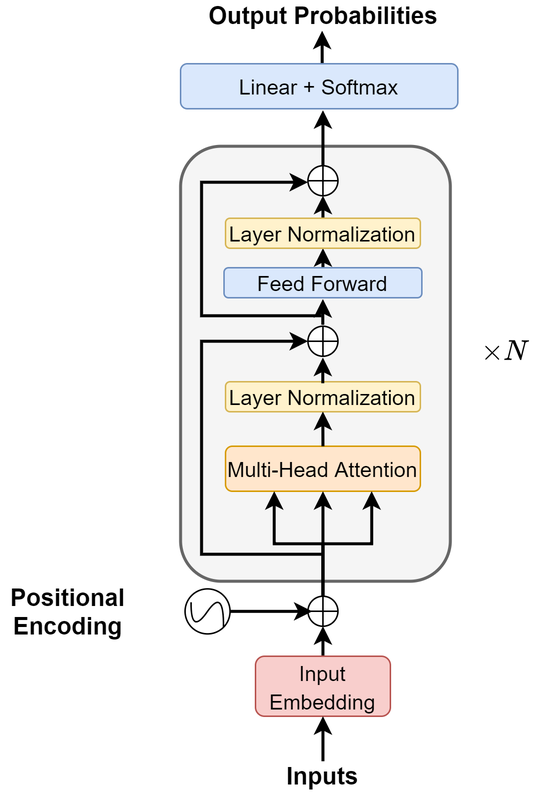
Above: _images/transformer_encoder.png in yangyutu/llm_book.github.io (draw.io), before the change. Source tidied: cells renumbered, new cells last; positions are measured from the earlier drawing's top-left corner, leaving out a move shared by most shapes.
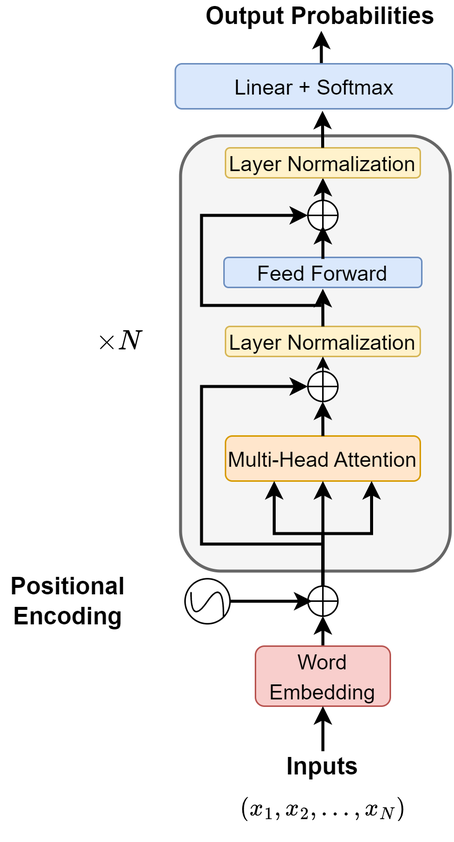
After the commit.

What changed in the source:
```diff
@@ -2,159 +2,148 @@
   <root>
     <mxCell id="0" />
     <mxCell id="1" parent="0" />
-    <mxCell id="2" style="rounded=1;whiteSpace=wrap;html=1;fillColor=#f5f5f5;strokeColor=#666666;fontColor=#333333;strokeWidth=2;fontSize=16;" parent="1" vertex="1">
-      <mxGeometry x="120" y="97" width="180" height="290" as="geometry" />
-    </mxCell>
-    <mxCell id="3" style="edgeStyle=none;html=1;entryX=0.5;entryY=1;entryDx=0;entryDy=0;fontSize=14;strokeWidth=2;" parent="1" edge="1" source="4" target="29">
-      <mxGeometry relative="1" as="geometry" />
-    </mxCell>
-    <mxCell id="4" value="&lt;font style=&quot;font-size: 14px&quot;&gt;Feed Forward&lt;/font&gt;" style="rounded=1;whiteSpace=wrap;html=1;fillColor=#dae8fc;strokeColor=#6c8ebf;fontSize=16;" parent="1" vertex="1">
-      <mxGeometry x="149" y="178" width="132" height="20" as="geometry" />
-    </mxCell>
-    <mxCell id="5" style="edgeStyle=none;html=1;entryX=0.5;entryY=1;entryDx=0;entryDy=0;fontSize=14;" parent="1" edge="1">
-      <mxGeometry relative="1" as="geometry">
-        <mxPoint x="215" y="255" as="sourcePoint" />
-        <mxPoint x="215" y="238" as="targetPoint" />
-      </mxGeometry>
-    </mxCell>
-    <mxCell id="6" value="&lt;font style=&quot;font-size: 14px&quot;&gt;Layer Normalization&lt;/font&gt;" style="rounded=1;whiteSpace=wrap;html=1;fillColor=#fff2cc;strokeColor=#d6b656;fontSize=16;" parent="1" vertex="1">
-      <mxGeometry x="150" y="254" width="130" height="20" as="geometry" />
-    </mxCell>
-    <mxCell id="7" style="edgeStyle=none;html=1;entryX=0.5;entryY=1;entryDx=0;entryDy=0;fontSize=14;" parent="1" edge="1" source="8" target="6">
-      <mxGeometry relative="1" as="geometry" />
-    </mxCell>
-    <mxCell id="8" value="&lt;font style=&quot;font-size: 14px&quot;&gt;Multi-Head Attention&lt;/font&gt;" style="rounded=1;whiteSpace=wrap;html=1;fillColor=#ffe6cc;strokeColor=#d79b00;fontSize=16;" parent="1" vertex="1">
-      <mxGeometry x="150" y="297" width="130" height="30" as="geometry" />
-    </mxCell>
-    <mxCell id="9" style="edgeStyle=orthogonalEdgeStyle;rounded=0;jettySize=auto;html=1;exitX=0.5;exitY=0;exitDx=0;exitDy=0;entryX=0.5;entryY=1;entryDx=0;entryDy=0;strokeWidth=2;fontSize=16;" parent="1" edge="1" source="10" target="16">
-      <mxGeometry relative="1" as="geometry" />
-    </mxCell>
-    <mxCell id="10" value="&lt;font style=&quot;font-size: 14px&quot;&gt;Input Embedding&lt;/font&gt;" style="rounded=1;whiteSpace=wrap;html=1;fillColor=#f8cecc;strokeColor=#b85450;fontSize=16;" parent="1" vertex="1">
-      <mxGeometry x="170" y="437" width="90" height="40" as="geometry" />
-    </mxCell>
-    <mxCell id="11" style="edgeStyle=orthogonalEdgeStyle;rounded=0;jettySize=auto;html=1;strokeWidth=2;fontSize=16;" parent="1" edge="1" source="12" target="10">
-      <mxGeometry relative="1" as="geometry" />
-    </mxCell>
-    <mxCell id="12" value="Inputs" style="text;html=1;strokeColor=none;fillColor=none;align=center;verticalAlign=middle;whiteSpace=wrap;rounded=0;fontSize=16;fontStyle=1;" parent="1" vertex="1">
-      <mxGeometry x="195" y="507" width="40" height="20" as="geometry" />
-    </mxCell>
-    <mxCell id="13" style="edgeStyle=orthogonalEdgeStyle;rounded=0;jettySize=auto;html=1;exitX=0.5;exitY=0;exitDx=0;exitDy=0;entryX=0.5;entryY=1;entryDx=0;entryDy=0;strokeWidth=2;fontSize=16;" parent="1" edge="1" source="16" target="8">
-      <mxGeometry relative="1" as="geometry" />
-    </mxCell>
-    <mxCell id="14" style="edgeStyle=orthogonalEdgeStyle;rounded=0;jettySize=auto;html=1;exitX=0.5;exitY=0;exitDx=0;exitDy=0;entryX=0.25;entryY=1;entryDx=0;entryDy=0;endArrow=classic;endFill=1;strokeWidth=2;fontSize=16;" parent="1" edge="1" source="16" target="8">
-      <mxGeometry relative="1" as="geometry" />
-    </mxCell>
-    <mxCell id="15" style="edgeStyle=orthogonalEdgeStyle;rounded=0;jettySize=auto;html=1;exitX=0.5;exitY=0;exitDx=0;exitDy=0;entryX=0.75;entryY=1;entryDx=0;entryDy=0;endArrow=classic;endFill=1;strokeWidth=2;fontSize=16;" parent="1" edge="1" source="16" target="8">
-      <mxGeometry relative="1" as="geometry" />
-    </mxCell>
-    <mxCell id="16" style="shape=orEllipse;perimeter=ellipsePerimeter;whiteSpace=wrap;html=1;backgroundOutline=1;fontSize=16;" parent="1" vertex="1">
-      <mxGeometry x="205" y="397" width="20" height="20" as="geometry" />
-    </mxCell>
-    <mxCell id="17" style="group;rotation=90;fontSize=16;" parent="1" vertex="1">
-      <mxGeometry x="120" y="380" width="30" height="44" as="geometry" />
-    </mxCell>
-    <mxCell id="18" style="ellipse;whiteSpace=wrap;html=1;rotation=90;fontSize=16;" parent="17" vertex="1">
-      <mxGeometry x="3" y="12.1" width="30" height="30" as="geometry" />
-    </mxCell>
-    <mxCell id="19" style="curved=1;endArrow=none;html=1;endFill=0;entryX=1;entryY=0;entryDx=0;entryDy=0;fontSize=16;" parent="17" edge="1" target="18">
-      <mxGeometry relative="1" as="geometry">
-        <mxPoint x="7" y="21" as="sourcePoint" />
-        <Array as="points">
-          <mxPoint x="6.8" y="43.5" />
-          <mxPoint x="29" y="11" />
-        </Array>
-      </mxGeometry>
-    </mxCell>
-    <mxCell id="20" style="edgeStyle=orthogonalEdgeStyle;rounded=0;jettySize=auto;html=1;exitX=0.5;exitY=0;exitDx=0;exitDy=0;entryX=0;entryY=1;entryDx=0;entryDy=0;endArrow=classic;endFill=1;strokeWidth=2;fontSize=16;" parent="1" edge="1" source="18">
-      <mxGeometry relative="1" as="geometry">
-        <mxPoint x="207.9" y="407.1" as="targetPoint" />
-        <Array as="points">
-          <mxPoint x="190" y="407" />
-          <mxPoint x="190" y="407" />
-        </Array>
-      </mxGeometry>
-    </mxCell>
-    <mxCell id="21" value="Positional Encoding" style="text;html=1;strokeColor=none;fillColor=none;align=center;verticalAlign=middle;whiteSpace=wrap;rounded=0;fontSize=16;fontStyle=1;" parent="1" vertex="1">
-      <mxGeometry y="397" width="90" height="20" as="geometry" />
-    </mxCell>
-    <mxCell id="22" style="edgeStyle=orthogonalEdgeStyle;rounded=0;jettySize=auto;html=1;entryX=0;entryY=0.5;entryDx=0;entryDy=0;endArrow=classic;endFill=1;strokeWidth=2;fontSize=16;" parent="1" edge="1" target="27">
-      <mxGeometry relative="1" as="geometry">
-        <mxPoint x="214" y="369" as="sourcePoint" />
-        <Array as="points">
-          <mxPoint x="134" y="369" />
-          <mxPoint x="134" y="227" />
-        </Array>
-      </mxGeometry>
-    </mxCell>
-    <mxCell id="23" value="$$\times N$$" style="text;html=1;strokeColor=none;fillColor=none;align=center;verticalAlign=middle;whiteSpace=wrap;rounded=0;fontSize=16;" parent="1" vertex="1">
-      <mxGeometry x="317" y="224" width="40" height="20" as="geometry" />
-    </mxCell>
     <mxCell id="24" style="edgeStyle=none;html=1;entryX=0.485;entryY=1;entryDx=0;entryDy=0;entryPerimeter=0;fontSize=14;strokeWidth=2;" parent="1" edge="1">
       <mxGeometry relative="1" as="geometry">
-        <mxPoint x="214.5" y="42" as="sourcePoint" />
-        <mxPoint x="214.5" y="20" as="targetPoint" />
+        <mxPoint x="214" y="49" as="sourcePoint" />
+        <mxPoint x="214" y="27" as="targetPoint" />
       </mxGeometry>
     </mxCell>
     <mxCell id="25" value="&lt;font style=&quot;font-size: 14px&quot;&gt;Linear + Softmax&lt;/font&gt;" style="rounded=1;whiteSpace=wrap;html=1;fillColor=#dae8fc;strokeColor=#6c8ebf;fontSize=16;" parent="1" vertex="1">
-      <mxGeometry x="120" y="42" width="185" height="30" as="geometry" />
+      <mxGeometry x="116.5" y="49" width="185" height="30" as="geometry" />
     </mxCell>
     <mxCell id="26" value="Output Probabilities" style="text;html=1;align=center;verticalAlign=middle;fillColor=none;strokeColor=none;rounded=0;fontSize=16;fontStyle=1;" parent="1" vertex="1">
-      <mxGeometry x="130" width="170" height="20" as="geometry" />
+      <mxGeometry x="127.5" y="7" width="170" height="20" as="geometry" />
     </mxCell>
-    <mxCell id="27" style="shape=orEllipse;perimeter=ellipsePerimeter;whiteSpace=wrap;html=1;backgroundOutline=1;fontSize=16;" parent="1" vertex="1">
-      <mxGeometry x="205" y="217" width="20" height="20" as="geometry" />
-    </mxCell>
-    <mxCell id="28" style="edgeStyle=none;html=1;entryX=0.5;entryY=1;entryDx=0;entryDy=0;fontSize=14;strokeWidth=2;" parent="1" edge="1">
-      <mxGeometry relative="1" as="geometry">
-        <mxPoint x="215" y="147" as="sourcePoint" />
-        <mxPoint x="215" y="130" as="targetPoint" />
-      </mxGeometry>
-    </mxCell>
-    <mxCell id="29" value="&lt;font style=&quot;font-size: 14px&quot;&gt;Layer Normalization&lt;/font&gt;" style="rounded=1;whiteSpace=wrap;html=1;fillColor=#fff2cc;strokeColor=#d6b656;fontSize=16;" parent="1" vertex="1">
-      <mxGeometry x="150" y="145" width="130" height="20" as="geometry" />
-    </mxCell>
-    <mxCell id="30" style="edgeStyle=none;html=1;fontSize=14;entryX=0.5;entryY=1;entryDx=0;entryDy=0;strokeWidth=2;" parent="1" edge="1">
-      <mxGeometry relative="1" as="geometry">
-        <mxPoint x="215" y="113" as="sourcePoint" />
-        <mxPoint x="215" y="73" as="targetPoint" />
-      </mxGeometry>
-    </mxCell>
-    <mxCell id="31" style="shape=orEllipse;perimeter=ellipsePerimeter;whiteSpace=wrap;html=1;backgroundOutline=1;fontSize=16;" parent="1" vertex="1">
-      <mxGeometry x="205" y="110" width="20" height="20" as="geometry" />
-    </mxCell>
-    <mxCell id="32" style="edgeStyle=none;html=1;entryX=0.5;entryY=1;entryDx=0;entryDy=0;fontSize=14;" parent="1" edge="1">
-      <mxGeometry relative="1" as="geometry">
-        <mxPoint x="215" y="216" as="sourcePoint" />
-        <mxPoint x="215" y="199" as="targetPoint" />
-      </mxGeometry>
-    </mxCell>
-    <mxCell id="33" style="edgeStyle=orthogonalEdgeStyle;rounded=0;orthogonalLoop=1;jettySize=auto;html=1;endArrow=classic;endFill=1;strokeWidth=2;fontSize=16;" parent="1" edge="1">
-      <mxGeometry relative="1" as="geometry">
-        <mxPoint x="214" y="210" as="sourcePoint" />
-        <mxPoint x="205" y="121" as="targetPoint" />
-        <Array as="points">
-          <mxPoint x="214" y="210" />
-          <mxPoint x="134" y="210" />
-          <mxPoint x="134" y="121" />
-        </Array>
-      </mxGeometry>
-    </mxCell>
-    <mxCell id="34" style="edgeStyle=none;html=1;entryX=0.5;entryY=1;entryDx=0;entryDy=0;fontSize=14;strokeWidth=2;" parent="1" edge="1">
-      <mxGeometry relative="1" as="geometry">
-        <mxPoint x="214.9" y="255" as="sourcePoint" />
-        <mxPoint x="214.9" y="238" as="targetPoint" />
-      </mxGeometry>
-    </mxCell>
-    <mxCell id="35" style="edgeStyle=none;html=1;entryX=0.5;entryY=1;entryDx=0;entryDy=0;fontSize=14;strokeWidth=2;exitX=0.5;exitY=0;exitDx=0;exitDy=0;" parent="1" edge="1" source="8">
-      <mxGeometry relative="1" as="geometry">
-        <mxPoint x="214.9" y="274" as="targetPoint" />
-      </mxGeometry>
-    </mxCell>
-    <mxCell id="36" style="edgeStyle=none;html=1;entryX=0.5;entryY=1;entryDx=0;entryDy=0;fontSize=14;strokeWidth=2;" parent="1" edge="1">
-      <mxGeometry relative="1" as="geometry">
-        <mxPoint x="214.9" y="216" as="sourcePoint" />
-        <mxPoint x="214.9" y="199" as="targetPoint" />
-      </mxGeometry>
-    </mxCell>
+    <mxCell id="37" style="rounded=1;whiteSpace=wrap;html=1;fillColor=#f5f5f5;strokeColor=#666666;fontColor=#333333;strokeWidth=2;fontSize=16;" parent="1" vertex="1">
+      <mxGeometry x="120" y="97" width="180" height="290" as="geometry" />
+    </mxCell>
+    <mxCell id="4" value="&lt;font style=&quot;font-size: 14px&quot;&gt;Feed Forward&lt;/font&gt;" style="rounded=1;whiteSpace=wrap;html=1;fillColor=#dae8fc;strokeColor=#6c8ebf;fontSize=16;" parent="1" vertex="1">
+      <mxGeometry x="149" y="178" width="132" height="20" as="geometry" />
+    </mxCell>
+    <mxCell id="38" value="&lt;font style=&quot;font-size: 14px&quot;&gt;Layer Normalization&lt;/font&gt;" style="rounded=1;whiteSpace=wrap;html=1;fillColor=#fff2cc;strokeColor=#d6b656;fontSize=16;" parent="1" vertex="1">
+      <mxGeometry x="150" y="224" width="130" height="20" as="geometry" />
+    </mxCell>
+    <mxCell id="8" value="&lt;font style=&quot;font-size: 14px&quot;&gt;Multi-Head Attention&lt;/font&gt;" style="rounded=1;whiteSpace=wrap;html=1;fillColor=#ffe6cc;strokeColor=#d79b00;fontSize=16;" parent="1" vertex="1">
+      <mxGeometry x="150" y="297" width="130" height="30" as="geometry" />
+    </mxCell>
+    <mxCell id="39" style="edgeStyle=orthogonalEdgeStyle;rounded=0;jettySize=auto;html=1;exitX=0.5;exitY=0;exitDx=0;exitDy=0;entryX=0.5;entryY=1;entryDx=0;entryDy=0;strokeWidth=2;fontSize=16;" parent="1" edge="1" source="40" target="45">
+      <mxGeometry relative="1" as="geometry" />
+    </mxCell>
+    <mxCell id="40" value="&lt;font style=&quot;font-size: 14px&quot;&gt;Word Embedding&lt;/font&gt;" style="rounded=1;whiteSpace=wrap;html=1;fillColor=#f8cecc;strokeColor=#b85450;fontSize=16;" parent="1" vertex="1">
+      <mxGeometry x="170" y="437" width="90" height="40" as="geometry" />
+    </mxCell>
+    <mxCell id="41" style="edgeStyle=orthogonalEdgeStyle;rounded=0;jettySize=auto;html=1;strokeWidth=2;fontSize=16;" parent="1" edge="1" source="12" target="40">
+      <mxGeometry relative="1" as="geometry" />
+    </mxCell>
+    <mxCell id="12" value="Inputs" style="text;html=1;strokeColor=none;fillColor=none;align=center;verticalAlign=middle;whiteSpace=wrap;rounded=0;fontSize=16;fontStyle=1;" parent="1" vertex="1">
+      <mxGeometry x="195" y="507" width="40" height="20" as="geometry" />
+    </mxCell>
+    <mxCell id="42" style="edgeStyle=orthogonalEdgeStyle;rounded=0;jettySize=auto;html=1;exitX=0.5;exitY=0;exitDx=0;exitDy=0;entryX=0.5;entryY=1;entryDx=0;entryDy=0;strokeWidth=2;fontSize=16;" parent="1" edge="1" source="45" target="8">
+      <mxGeometry relative="1" as="geometry" />
+    </mxCell>
+    <mxCell id="43" style="edgeStyle=orthogonalEdgeStyle;rounded=0;jettySize=auto;html=1;exitX=0.5;exitY=0;exitDx=0;exitDy=0;entryX=0.25;entryY=1;entryDx=0;entryDy=0;endArrow=classic;endFill=1;strokeWidth=2;fontSize=16;" parent="1" edge="1" source="45" target="8">
+      <mxGeometry relative="1" as="geometry" />
+    </mxCell>
+    <mxCell id="44" style="edgeStyle=orthogonalEdgeStyle;rounded=0;jettySize=auto;html=1;exitX=0.5;exitY=0;exitDx=0;exitDy=0;entryX=0.75;entryY=1;entryDx=0;entryDy=0;endArrow=classic;endFill=1;strokeWidth=2;fontSize=16;" parent="1" edge="1" source="45" target="8">
+      <mxGeometry relative="1" as="geometry" />
+    </mxCell>
+    <mxCell id="45" style="shape=orEllipse;perimeter=ellipsePerimeter;whiteSpace=wrap;html=1;backgroundOutline=1;fontSize=16;" parent="1" vertex="1">
+      <mxGeometry x="205" y="397" width="20" height="20" as="geometry" />
+    </mxCell>
+    <mxCell id="46" style="group;rotation=90;fontSize=16;" parent="1" vertex="1">
+      <mxGeometry x="120" y="380" width="30" height="44" as="geometry" />
+    </mxCell>
+    <mxCell id="18" style="ellipse;whiteSpace=wrap;html=1;rotation=90;fontSize=16;" parent="46" vertex="1">
+      <mxGeometry x="3" y="12.1" width="30" height="30" as="geometry" />
+    </mxCell>
+    <mxCell id="47" style="curved=1;endArrow=none;html=1;endFill=0;entryX=1;entryY=0;entryDx=0;entryDy=0;fontSize=16;" parent="46" edge="1" target="18">
+      <mxGeometry relative="1" as="geometry">
+        <mxPoint x="7" y="21" as="sourcePoint" />
+        <Array as="points">
+          <mxPoint x="6.8" y="43.5" />
+          <mxPoint x="29" y="11" />
+        </Array>
+      </mxGeometry>
+    </mxCell>
+    <mxCell id="48" style="edgeStyle=orthogonalEdgeStyle;rounded=0;jettySize=auto;html=1;exitX=0.5;exitY=0;exitDx=0;exitDy=0;entryX=0;entryY=1;entryDx=0;entryDy=0;endArrow=classic;endFill=1;strokeWidth=2;fontSize=16;" parent="1" edge="1" source="18">
+      <mxGeometry relative="1" as="geometry">
+        <mxPoint x="207.9" y="407.1" as="targetPoint" />
+        <Array as="points">
+          <mxPoint x="190" y="407" />
+          <mxPoint x="190" y="407" />
+        </Array>
+      </mxGeometry>
+    </mxCell>
+    <mxCell id="21" value="Positional Encoding" style="text;html=1;strokeColor=none;fillColor=none;align=center;verticalAlign=middle;whiteSpace=wrap;rounded=0;fontSize=16;fontStyle=1;" parent="1" vertex="1">
+      <mxGeometry y="397" width="90" height="20" as="geometry" />
+    </mxCell>
+    <mxCell id="49" style="edgeStyle=orthogonalEdgeStyle;rounded=0;jettySize=auto;html=1;entryX=0;entryY=0.5;entryDx=0;entryDy=0;endArrow=classic;endFill=1;strokeWidth=2;fontSize=16;" parent="1" edge="1" target="51">
+      <mxGeometry relative="1" as="geometry">
+        <mxPoint x="214" y="369" as="sourcePoint" />
+        <Array as="points">
+          <mxPoint x="134" y="369" />
+          <mxPoint x="134" y="264" />
+        </Array>
+      </mxGeometry>
+    </mxCell>
+    <mxCell id="23" value="$$\times N$$" style="text;html=1;strokeColor=none;fillColor=none;align=center;verticalAlign=middle;whiteSpace=wrap;rounded=0;fontSize=16;" parent="1" vertex="1">
+      <mxGeometry x="60" y="224" width="40" height="20" as="geometry" />
+    </mxCell>
+    <mxCell id="50" style="edgeStyle=none;html=1;entryX=0.5;entryY=1;entryDx=0;entryDy=0;" parent="1" edge="1" source="51" target="38">
+      <mxGeometry relative="1" as="geometry" />
+    </mxCell>
+    <mxCell id="51" style="shape=orEllipse;perimeter=ellipsePerimeter;whiteSpace=wrap;html=1;backgroundOutline=1;fontSize=16;" parent="1" vertex="1">
+      <mxGeometry x="205" y="254" width="20" height="20" as="geometry" />
+    </mxCell>
+    <mxCell id="52" style="edgeStyle=none;html=1;entryX=0.5;entryY=1;entryDx=0;entryDy=0;fontSize=14;strokeWidth=2;" parent="1" edge="1" target="53">
+      <mxGeometry relative="1" as="geometry">
+        <mxPoint x="215" y="147" as="sourcePoint" />
+      </mxGeometry>
+    </mxCell>
+    <mxCell id="53" value="&lt;font style=&quot;font-size: 14px&quot;&gt;Layer Normalization&lt;/font&gt;" style="rounded=1;whiteSpace=wrap;html=1;fillColor=#fff2cc;strokeColor=#d6b656;fontSize=16;" parent="1" vertex="1">
+      <mxGeometry x="150" y="105" width="130" height="20" as="geometry" />
+    </mxCell>
+    <mxCell id="54" style="shape=orEllipse;perimeter=ellipsePerimeter;whiteSpace=wrap;html=1;backgroundOutline=1;fontSize=16;" parent="1" vertex="1">
+      <mxGeometry x="205" y="140" width="20" height="20" as="geometry" />
+    </mxCell>
+    <mxCell id="55" style="edgeStyle=none;html=1;entryX=0.5;entryY=1;entryDx=0;entryDy=0;fontSize=14;" parent="1" edge="1">
+      <mxGeometry relative="1" as="geometry">
+        <mxPoint x="215" y="216" as="sourcePoint" />
+        <mxPoint x="215" y="199" as="targetPoint" />
+      </mxGeometry>
+    </mxCell>
+    <mxCell id="56" style="edgeStyle=orthogonalEdgeStyle;rounded=0;jettySize=auto;html=1;endArrow=classic;endFill=1;strokeWidth=2;fontSize=16;entryX=0;entryY=0.5;entryDx=0;entryDy=0;" parent="1" edge="1" target="54">
+      <mxGeometry relative="1" as="geometry">
+        <mxPoint x="214" y="210" as="sourcePoint" />
+        <Array as="points">
+          <mxPoint x="134" y="210" />
+          <mxPoint x="134" y="150" />
+        </Array>
+      </mxGeometry>
+    </mxCell>
+    <mxCell id="57" style="edgeStyle=none;html=1;entryX=0.5;entryY=1;entryDx=0;entryDy=0;fontSize=14;strokeWidth=2;exitX=0.5;exitY=0;exitDx=0;exitDy=0;" parent="1" edge="1" source="8">
+      <mxGeometry relative="1" as="geometry">
+        <mxPoint x="214.9" y="274" as="targetPoint" />
+      </mxGeometry>
+    </mxCell>
+    <mxCell id="58" style="edgeStyle=none;html=1;entryX=0.5;entryY=1;entryDx=0;entryDy=0;fontSize=14;strokeWidth=2;exitX=0.5;exitY=0;exitDx=0;exitDy=0;" parent="1" edge="1" source="38">
+      <mxGeometry relative="1" as="geometry">
+        <mxPoint x="214.9" y="199" as="targetPoint" />
+      </mxGeometry>
+    </mxCell>
+    <mxCell id="59" value="$$(x_1,x_2,...,x_N)$$" style="text;html=1;strokeColor=none;fillColor=none;align=center;verticalAlign=middle;whiteSpace=wrap;rounded=0;fontSize=14;" parent="1" vertex="1">
+      <mxGeometry x="185" y="530" width="60" height="30" as="geometry" />
+    </mxCell>
+    <mxCell id="60" style="edgeStyle=none;html=1;entryX=0.5;entryY=1;entryDx=0;entryDy=0;fontSize=14;strokeWidth=2;" parent="1" edge="1">
+      <mxGeometry relative="1" as="geometry">
+        <mxPoint x="215" y="179" as="sourcePoint" />
+        <mxPoint x="215" y="157" as="targetPoint" />
+      </mxGeometry>
+    </mxCell>
+    <mxCell id="61" style="edgeStyle=none;html=1;entryX=0.531;entryY=1.044;entryDx=0;entryDy=0;entryPerimeter=0;fontSize=14;strokeWidth=2;" parent="1" edge="1" target="25">
+      <mxGeometry relative="1" as="geometry">
+        <mxPoint x="214.9" y="105" as="sourcePoint" />
+      </mxGeometry>
+    </mxCell>
   </root>
 </mxGraphModel>
```
